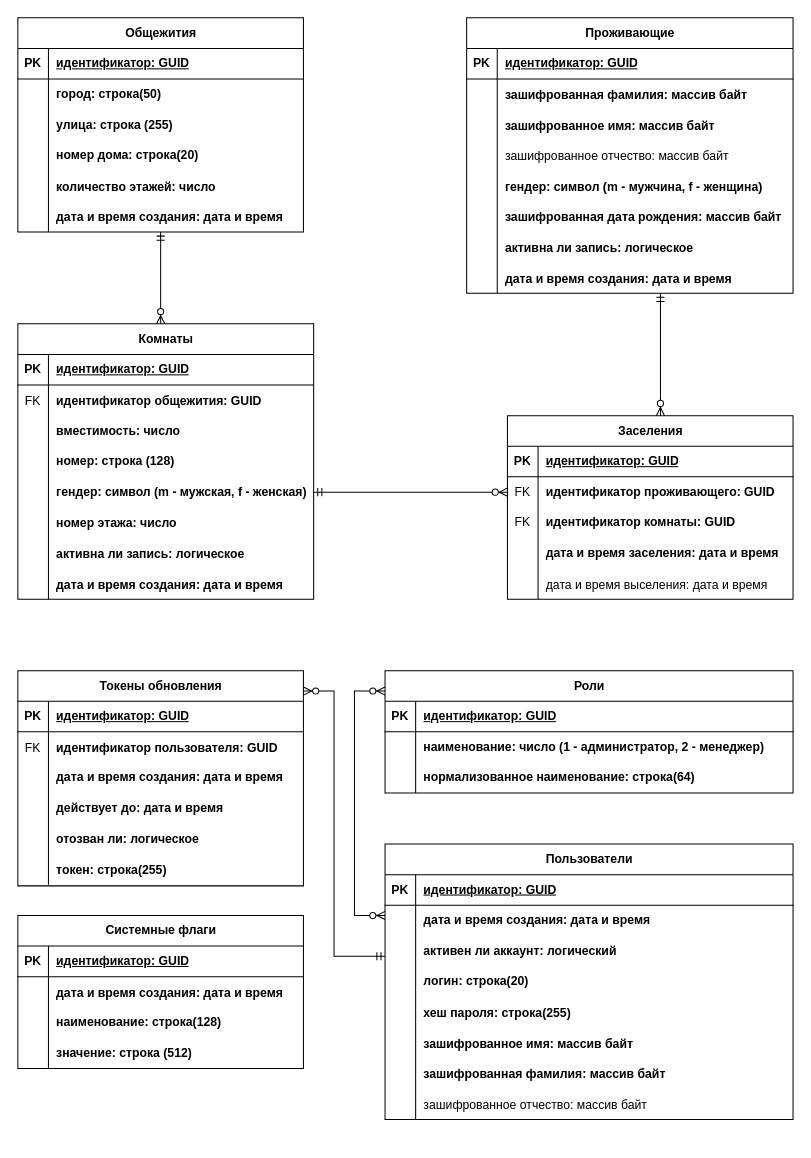
The draw.io diagram docs/ERD логическая.drawio in DmitryUA/OpenDorm, before the edit. Source tidied: cells renumbered, new cells numbered last; positions are measured from the earlier drawing's top-left corner, leaving out a move shared by most shapes. Both pictures are drawn from the tidied source at 102%, with x=0, y=0 at pixel (17, 17).
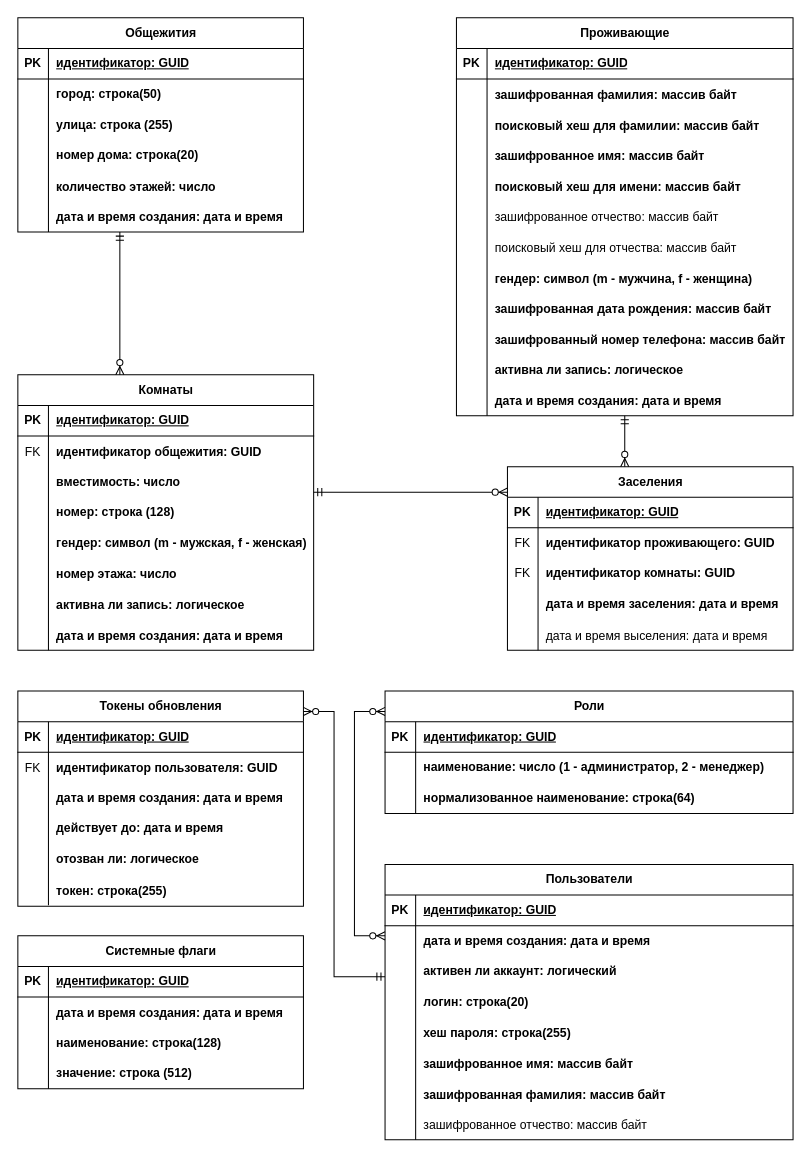
The same page after the edit.

Diff of the diagram source:
```diff
@@
     <mxCell id="2" value="Комнаты" style="shape=table;startSize=30;childLayout=tableLayout;rowLines=0;fontStyle=1;align=center;html=1;" parent="1" vertex="1">
-      <mxGeometry y="300" width="290" height="270" as="geometry" />
+      <mxGeometry y="350" width="290" height="270" as="geometry" />
     </mxCell>
@@
     <mxCell id="47" value="Проживающие" style="shape=table;startSize=30;childLayout=tableLayout;rowLines=0;fontStyle=1;align=center;html=1;" parent="1" vertex="1">
-      <mxGeometry x="440" width="320" height="270" as="geometry" />
+      <mxGeometry x="430" width="330" height="390" as="geometry" />
     </mxCell>
     <mxCell id="48" style="shape=tableRow;horizontal=0;startSize=0;swimlaneHead=0;swimlaneBody=0;fillColor=none;top=0;left=0;right=0;bottom=1;" parent="47" vertex="1">
-      <mxGeometry y="30" width="320" height="30" as="geometry" />
+      <mxGeometry y="30" width="330" height="30" as="geometry" />
     </mxCell>
@@
     <mxCell id="50" value="идентификатор: GUID" style="shape=partialRectangle;fillColor=none;top=0;left=0;bottom=0;right=0;align=left;spacingLeft=6;fontStyle=5;overflow=hidden;whiteSpace=wrap;html=1;" parent="48" vertex="1">
-      <mxGeometry x="30" width="290" height="30" as="geometry" />
+      <mxGeometry x="30" width="300" height="30" as="geometry" />
     </mxCell>
     <mxCell id="51" style="shape=tableRow;horizontal=0;startSize=0;swimlaneHead=0;swimlaneBody=0;fillColor=none;top=0;left=0;right=0;bottom=0;" parent="47" vertex="1">
-      <mxGeometry y="60" width="320" height="30" as="geometry" />
+      <mxGeometry y="60" width="330" height="30" as="geometry" />
     </mxCell>
@@
     <mxCell id="53" value="зашифрованная фамилия: массив байт" style="shape=partialRectangle;fillColor=none;top=0;left=0;bottom=0;right=0;align=left;spacingLeft=6;overflow=hidden;fontStyle=1;" parent="51" vertex="1">
-      <mxGeometry x="30" width="290" height="30" as="geometry" />
+      <mxGeometry x="30" width="300" height="30" as="geometry" />
     </mxCell>
+    <mxCell id="159" style="shape=tableRow;horizontal=0;startSize=0;swimlaneHead=0;swimlaneBody=0;fillColor=none;top=0;left=0;right=0;bottom=0;" parent="47" vertex="1">
+      <mxGeometry y="90" width="330" height="30" as="geometry" />
+    </mxCell>
+    <mxCell id="160" style="shape=partialRectangle;fillColor=none;top=0;left=0;bottom=0;right=0;overflow=hidden;" parent="159" vertex="1">
+      <mxGeometry width="30" height="30" as="geometry" />
+    </mxCell>
+    <mxCell id="161" value="поисковый хеш для фамилии: массив байт" style="shape=partialRectangle;fillColor=none;top=0;left=0;bottom=0;right=0;align=left;spacingLeft=6;overflow=hidden;fontStyle=1;" parent="159" vertex="1">
+      <mxGeometry x="30" width="300" height="30" as="geometry" />
+    </mxCell>
     <mxCell id="54" style="shape=tableRow;horizontal=0;startSize=0;swimlaneHead=0;swimlaneBody=0;fillColor=none;top=0;left=0;right=0;bottom=0;" parent="47" vertex="1">
-      <mxGeometry y="90" width="320" height="30" as="geometry" />
+      <mxGeometry y="120" width="330" height="30" as="geometry" />
     </mxCell>
@@
     <mxCell id="56" value="зашифрованное имя: массив байт" style="shape=partialRectangle;fillColor=none;top=0;left=0;bottom=0;right=0;align=left;spacingLeft=6;overflow=hidden;fontStyle=1;" parent="54" vertex="1">
-      <mxGeometry x="30" width="290" height="30" as="geometry" />
+      <mxGeometry x="30" width="300" height="30" as="geometry" />
     </mxCell>
+    <mxCell id="162" style="shape=tableRow;horizontal=0;startSize=0;swimlaneHead=0;swimlaneBody=0;fillColor=none;top=0;left=0;right=0;bottom=0;" parent="47" vertex="1">
+      <mxGeometry y="150" width="330" height="30" as="geometry" />
+    </mxCell>
+    <mxCell id="163" style="shape=partialRectangle;fillColor=none;top=0;left=0;bottom=0;right=0;overflow=hidden;" parent="162" vertex="1">
+      <mxGeometry width="30" height="30" as="geometry" />
+    </mxCell>
+    <mxCell id="164" value="поисковый хеш для имени: массив байт" style="shape=partialRectangle;fillColor=none;top=0;left=0;bottom=0;right=0;align=left;spacingLeft=6;overflow=hidden;fontStyle=1;" parent="162" vertex="1">
+      <mxGeometry x="30" width="300" height="30" as="geometry" />
+    </mxCell>
     <mxCell id="57" style="shape=tableRow;horizontal=0;startSize=0;swimlaneHead=0;swimlaneBody=0;fillColor=none;top=0;left=0;right=0;bottom=0;" parent="47" vertex="1">
-      <mxGeometry y="120" width="320" height="30" as="geometry" />
+      <mxGeometry y="180" width="330" height="30" as="geometry" />
     </mxCell>
@@
     <mxCell id="59" value="зашифрованное отчество: массив байт" style="shape=partialRectangle;fillColor=none;top=0;left=0;bottom=0;right=0;align=left;spacingLeft=6;overflow=hidden;fontStyle=0;" parent="57" vertex="1">
-      <mxGeometry x="30" width="290" height="30" as="geometry" />
+      <mxGeometry x="30" width="300" height="30" as="geometry" />
     </mxCell>
+    <mxCell id="165" style="shape=tableRow;horizontal=0;startSize=0;swimlaneHead=0;swimlaneBody=0;fillColor=none;top=0;left=0;right=0;bottom=0;" parent="47" vertex="1">
+      <mxGeometry y="210" width="330" height="30" as="geometry" />
+    </mxCell>
+    <mxCell id="166" style="shape=partialRectangle;fillColor=none;top=0;left=0;bottom=0;right=0;overflow=hidden;" parent="165" vertex="1">
+      <mxGeometry width="30" height="30" as="geometry" />
+    </mxCell>
+    <mxCell id="167" value="поисковый хеш для отчества: массив байт" style="shape=partialRectangle;fillColor=none;top=0;left=0;bottom=0;right=0;align=left;spacingLeft=6;overflow=hidden;" parent="165" vertex="1">
+      <mxGeometry x="30" width="300" height="30" as="geometry" />
+    </mxCell>
     <mxCell id="60" style="shape=tableRow;horizontal=0;startSize=0;swimlaneHead=0;swimlaneBody=0;fillColor=none;top=0;left=0;right=0;bottom=0;" parent="47" vertex="1">
-      <mxGeometry y="150" width="320" height="30" as="geometry" />
+      <mxGeometry y="240" width="330" height="30" as="geometry" />
     </mxCell>
@@
     <mxCell id="62" value="гендер: символ (m - мужчина, f - женщина)" style="shape=partialRectangle;fillColor=none;top=0;left=0;bottom=0;right=0;align=left;spacingLeft=6;overflow=hidden;fontStyle=1;" parent="60" vertex="1">
-      <mxGeometry x="30" width="290" height="30" as="geometry" />
+      <mxGeometry x="30" width="300" height="30" as="geometry" />
     </mxCell>
     <mxCell id="63" style="shape=tableRow;horizontal=0;startSize=0;swimlaneHead=0;swimlaneBody=0;fillColor=none;top=0;left=0;right=0;bottom=0;" parent="47" vertex="1">
-      <mxGeometry y="180" width="320" height="30" as="geometry" />
+      <mxGeometry y="270" width="330" height="30" as="geometry" />
     </mxCell>
@@
     <mxCell id="65" value="зашифрованная дата рождения: массив байт" style="shape=partialRectangle;fillColor=none;top=0;left=0;bottom=0;right=0;align=left;spacingLeft=6;overflow=hidden;fontStyle=1;" parent="63" vertex="1">
-      <mxGeometry x="30" width="290" height="30" as="geometry" />
+      <mxGeometry x="30" width="300" height="30" as="geometry" />
     </mxCell>
+    <mxCell id="168" style="shape=tableRow;horizontal=0;startSize=0;swimlaneHead=0;swimlaneBody=0;fillColor=none;top=0;left=0;right=0;bottom=0;" parent="47" vertex="1">
+      <mxGeometry y="300" width="330" height="30" as="geometry" />
+    </mxCell>
+    <mxCell id="169" style="shape=partialRectangle;fillColor=none;top=0;left=0;bottom=0;right=0;overflow=hidden;" parent="168" vertex="1">
+      <mxGeometry width="30" height="30" as="geometry" />
+    </mxCell>
+    <mxCell id="170" value="зашифрованный номер телефона: массив байт" style="shape=partialRectangle;fillColor=none;top=0;left=0;bottom=0;right=0;align=left;spacingLeft=6;overflow=hidden;fontStyle=1;" parent="168" vertex="1">
+      <mxGeometry x="30" width="300" height="30" as="geometry" />
+    </mxCell>
     <mxCell id="66" style="shape=tableRow;horizontal=0;startSize=0;swimlaneHead=0;swimlaneBody=0;fillColor=none;top=0;left=0;right=0;bottom=0;" parent="47" vertex="1">
-      <mxGeometry y="210" width="320" height="30" as="geometry" />
+      <mxGeometry y="330" width="330" height="30" as="geometry" />
     </mxCell>
@@
     <mxCell id="68" value="активна ли запись: логическое" style="shape=partialRectangle;fillColor=none;top=0;left=0;bottom=0;right=0;align=left;spacingLeft=6;overflow=hidden;fontStyle=1;" parent="66" vertex="1">
-      <mxGeometry x="30" width="290" height="30" as="geometry" />
+      <mxGeometry x="30" width="300" height="30" as="geometry" />
     </mxCell>
     <mxCell id="69" style="shape=tableRow;horizontal=0;startSize=0;swimlaneHead=0;swimlaneBody=0;fillColor=none;top=0;left=0;right=0;bottom=0;" parent="47" vertex="1">
-      <mxGeometry y="240" width="320" height="30" as="geometry" />
+      <mxGeometry y="360" width="330" height="30" as="geometry" />
     </mxCell>
@@
     <mxCell id="71" value="дата и время создания: дата и время" style="shape=partialRectangle;fillColor=none;top=0;left=0;bottom=0;right=0;align=left;spacingLeft=6;overflow=hidden;fontStyle=1;" parent="69" vertex="1">
-      <mxGeometry x="30" width="290" height="30" as="geometry" />
+      <mxGeometry x="30" width="300" height="30" as="geometry" />
     </mxCell>
     <mxCell id="72" value="Заселения" style="shape=table;startSize=30;childLayout=tableLayout;rowLines=0;fontStyle=1;align=center;html=1;" parent="1" vertex="1">
-      <mxGeometry x="480" y="390" width="280" height="180" as="geometry" />
+      <mxGeometry x="480" y="440" width="280" height="180" as="geometry" />
     </mxCell>
@@
     <mxCell id="90" value="Роли" style="shape=table;startSize=30;childLayout=tableLayout;rowLines=0;fontStyle=1;align=center;html=1;" parent="1" vertex="1">
-      <mxGeometry x="360" y="640" width="400" height="120" as="geometry" />
+      <mxGeometry x="360" y="660" width="400" height="120" as="geometry" />
     </mxCell>
@@
     <mxCell id="100" value="Пользователи" style="shape=table;startSize=30;childLayout=tableLayout;rowLines=0;fontStyle=1;align=center;html=1;" parent="1" vertex="1">
-      <mxGeometry x="360" y="810" width="400" height="270" as="geometry" />
+      <mxGeometry x="360" y="830" width="400" height="270" as="geometry" />
     </mxCell>
@@
     <mxCell id="125" style="edgeStyle=orthogonalEdgeStyle;fontSize=12;html=1;endArrow=ERzeroToMany;endFill=1;startArrow=ERzeroToMany;rounded=0;" parent="1" edge="1" source="100" target="90">
       <mxGeometry relative="1" as="geometry">
         <Array as="points">
-          <mxPoint x="330" y="880" />
-          <mxPoint x="330" y="660" />
+          <mxPoint x="330" y="900" />
+          <mxPoint x="330" y="680" />
         </Array>
       </mxGeometry>
     </mxCell>
     <mxCell id="126" value="Токены обновления" style="shape=table;startSize=30;childLayout=tableLayout;rowLines=0;fontStyle=1;align=center;html=1;" parent="1" vertex="1">
-      <mxGeometry y="640" width="280" height="211" as="geometry" />
+      <mxGeometry y="660" width="280" height="211" as="geometry" />
     </mxCell>
@@
     <mxCell id="145" style="edgeStyle=orthogonalEdgeStyle;fontSize=12;html=1;endArrow=ERzeroToMany;startArrow=ERmandOne;rounded=0;" parent="1" edge="1" source="100" target="126">
       <mxGeometry relative="1" as="geometry">
         <Array as="points">
-          <mxPoint x="310" y="920" />
-          <mxPoint x="310" y="660" />
+          <mxPoint x="310" y="940" />
+          <mxPoint x="310" y="680" />
         </Array>
       </mxGeometry>
     </mxCell>
     <mxCell id="146" value="Системные флаги" style="shape=table;startSize=30;childLayout=tableLayout;rowLines=0;fontStyle=1;align=center;html=1;" parent="1" vertex="1">
-      <mxGeometry y="880" width="280" height="150" as="geometry" />
+      <mxGeometry y="900" width="280" height="150" as="geometry" />
     </mxCell>
```
